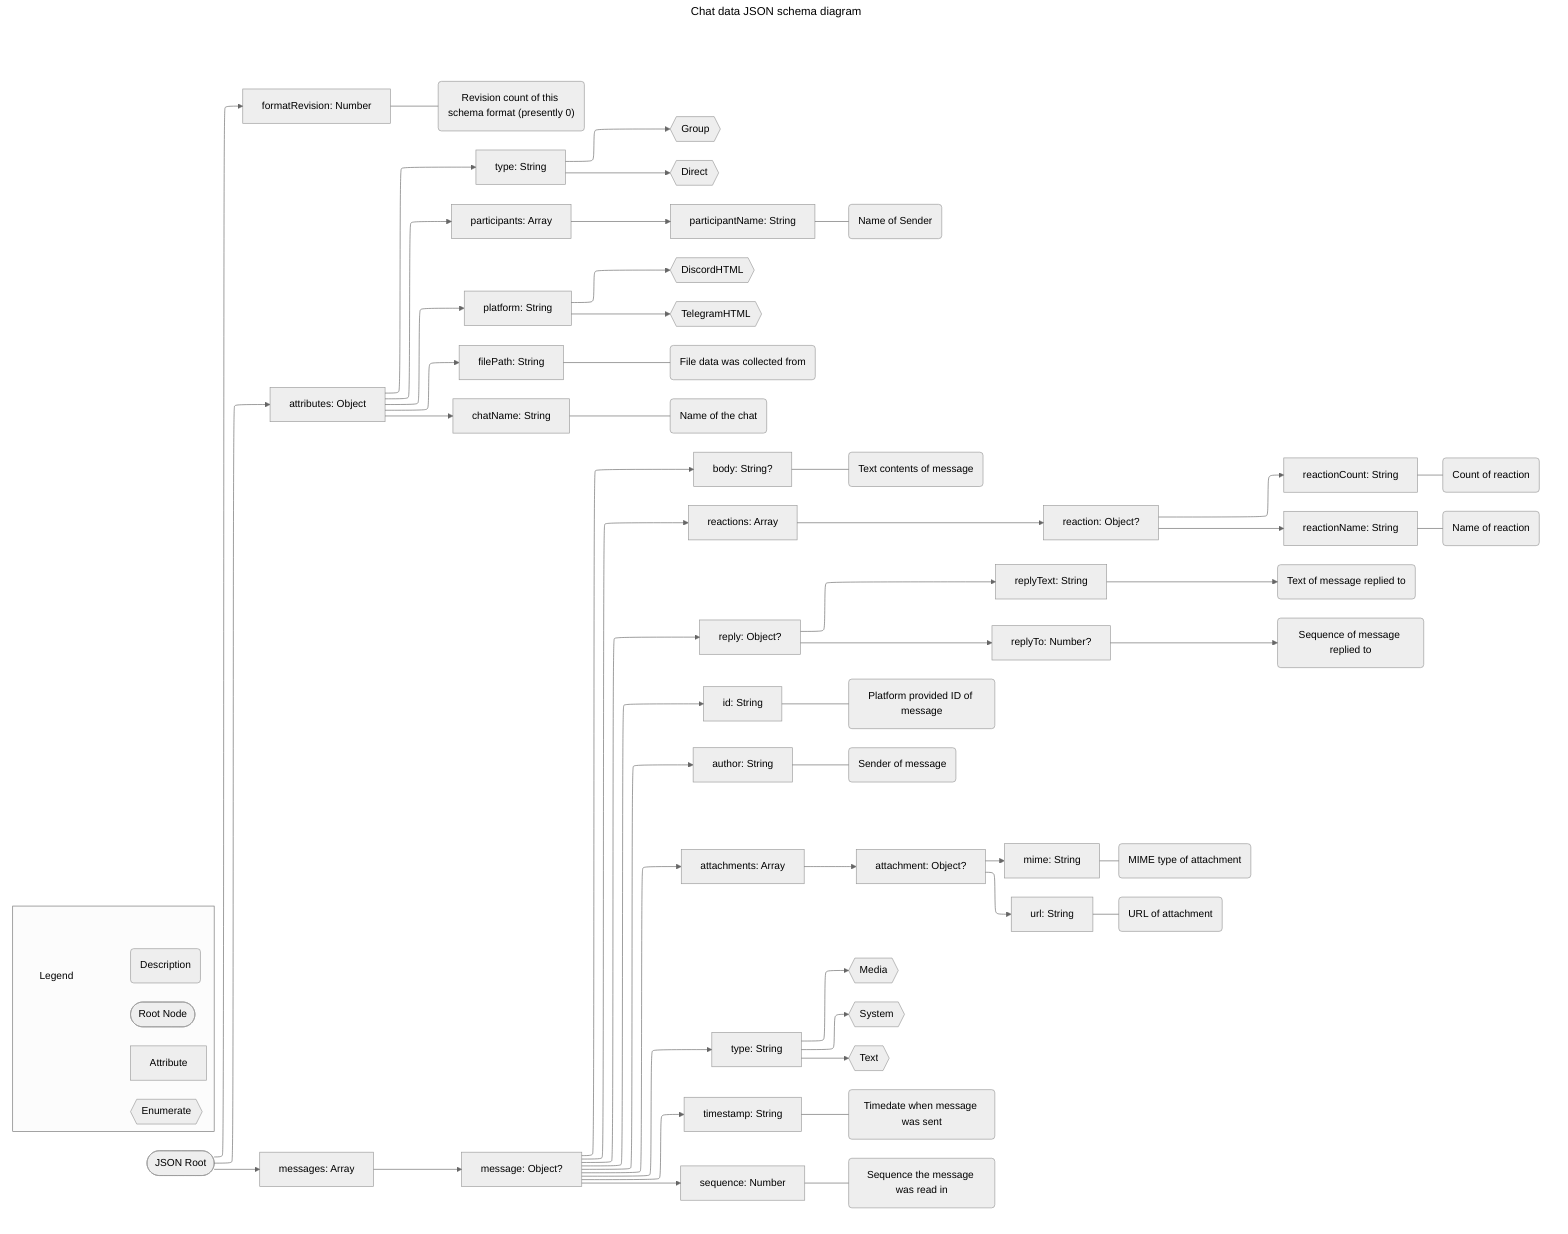
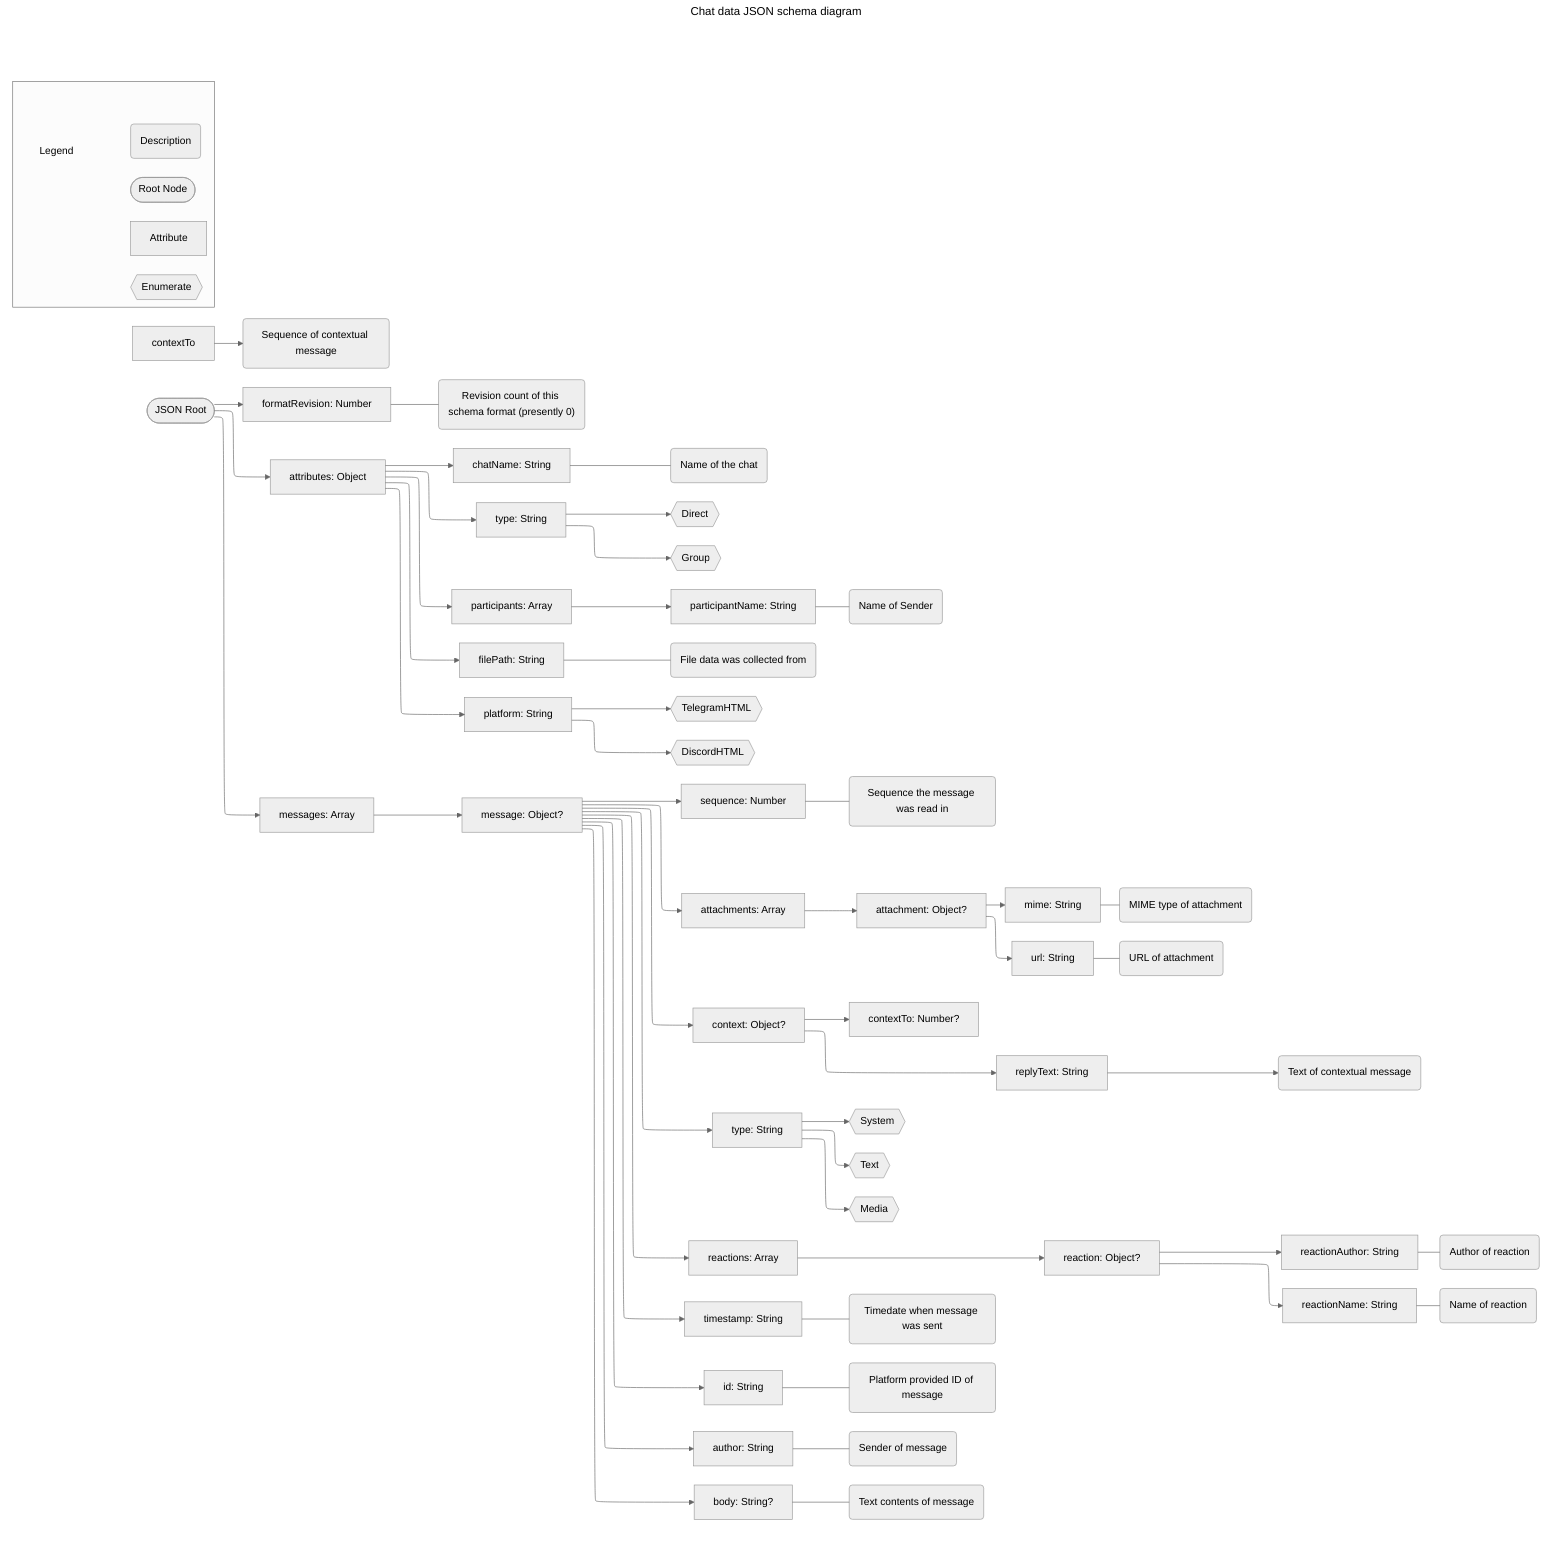
---
title: Chat data JSON schema diagram
config:
  layout: elk
  theme: neutral
---

flowchart LR
    subgraph main[ ]
        style main fill:none,stroke:none,color:#777
        JSON([JSON Root]) --> formatRevision["formatRevision: Number"]
            formatRevision --- formatRevision1("Revision count of this schema format (presently 0)")
        JSON([JSON Root]) --> attributes["attributes: Object"]
            attributes --> platform["platform: String"]
                platform --> platform1{{"TelegramHTML"}}
                platform --> platform2{{"DiscordHTML"}}
            attributes --> chatName["chatName: String"]
                chatName --- chatName1("Name of the chat")
            attributes --> mainJsonType["type: String"]
                mainJsonType --> mainJsonType1{{"Direct"}}
                mainJsonType --> mainJsonType2{{"Group"}}
            attributes --> participants["participants: Array"]
                participants --> participantName["participantName: String"]
                    participantName --- participantName1("Name of Sender")
            attributes --> filePath["filePath: String"]
                filePath --- filePath1("File data was collected from")
        JSON --> messages["messages: Array"]
            messages --> message["message: Object?"]
                message --> id["id: String"]
                    id --- id1("Platform provided ID of message")
                message --> timestamp["timestamp: String"]
                    timestamp --- timestamp1("Timedate when message was sent")
                message --> author["author: String"]
                    author --- author1("Sender of message")
                message --> messageType["type: String"]
                    messageType --> type1{{"Text"}}
                    messageType --> type2{{"Media"}}
                    messageType --> type3{{"System"}}
                message --> body["body: String?"]
                    body --- body1("Text contents of message")
-                 message --> reply["reply: Object?"]
-                     reply --> replyTo["replyTo: Number?"]
-                         replyTo --> replyTo1("Sequence of message replied to")
-                     reply --> replyText["replyText: String"]
-                         replyText --> replyText1("Text of message replied to")
+                 message --> context["context: Object?"]
+                     context -->contextyTo["contextTo: Number?"]
+                         contextTo --> contextTo1("Sequence of contextual message")
+                     context --> contextText["replyText: String"]
+                         contextText --> contextText1("Text of contextual message")
                message --> sequence["sequence: Number"]
                    sequence --- sequence1("Sequence the message was read in")
                message --> attachments["attachments: Array"]
                    subgraph attachmentsSubgraph[ ]
                        style attachmentsSubgraph fill:none,stroke:none
                        attachment --> attachmentMime["mime: String"]
                            attachmentMime --- attachmentMime1("MIME type of attachment")
                        attachment --> attachmentUrl["url: String"]
                            attachmentUrl --- attachmentUrl1("URL of attachment")
                    end
                    attachments --> attachment["attachment: Object?"]
                message --> reactions["reactions: Array"]
                    reactions --> reaction["reaction: Object?"]
                        reaction --> reactionName["reactionName: String"]
                            reactionName --- reactionName1("Name of reaction")
-                         reaction --> reactionCount["reactionCount: String"]
-                             reactionCount --- reactionCount1("Count of reaction")
+                         reaction --> reactionAuthor["reactionAuthor: String"]
+                             reactionAuthor --- reactionAuthor1("Author of reaction")

        subgraph legend[ ]
            subroot["Legend"]
                style subroot fill:none,stroke:none
                subroot ~~~ root([Root Node])
                subroot ~~~ attribute["Attribute"]
                subroot ~~~ description("Description")
                subroot ~~~ enum{{"Enumerate"}}
        end
    end
